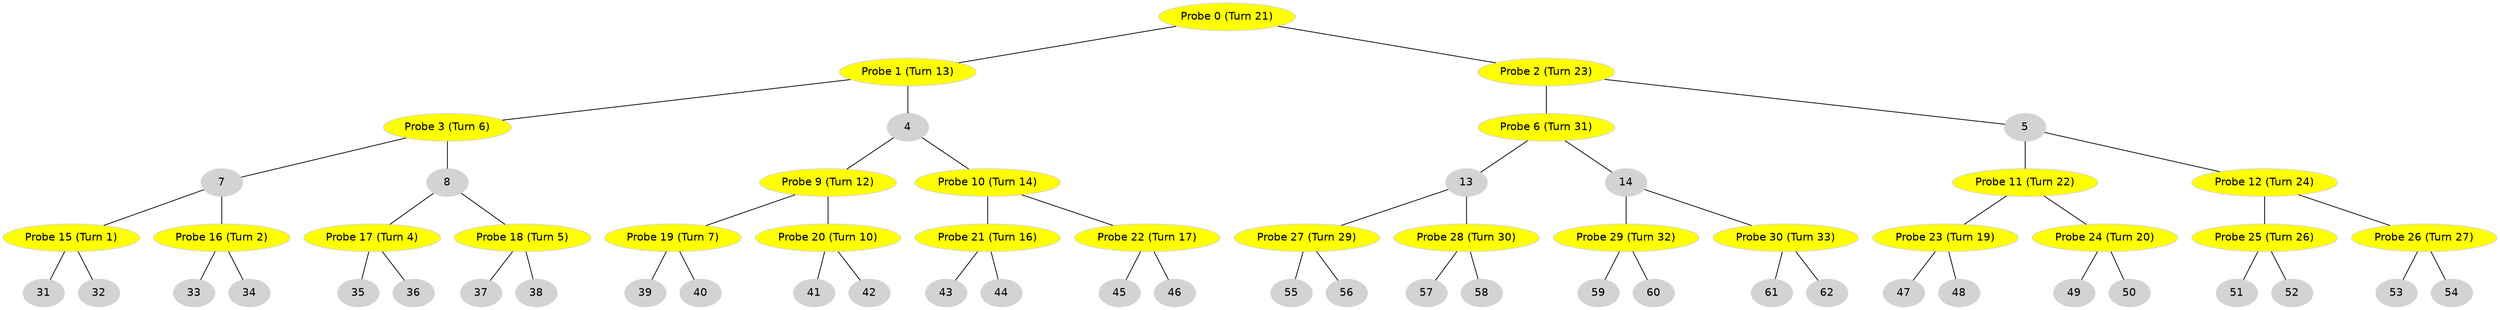
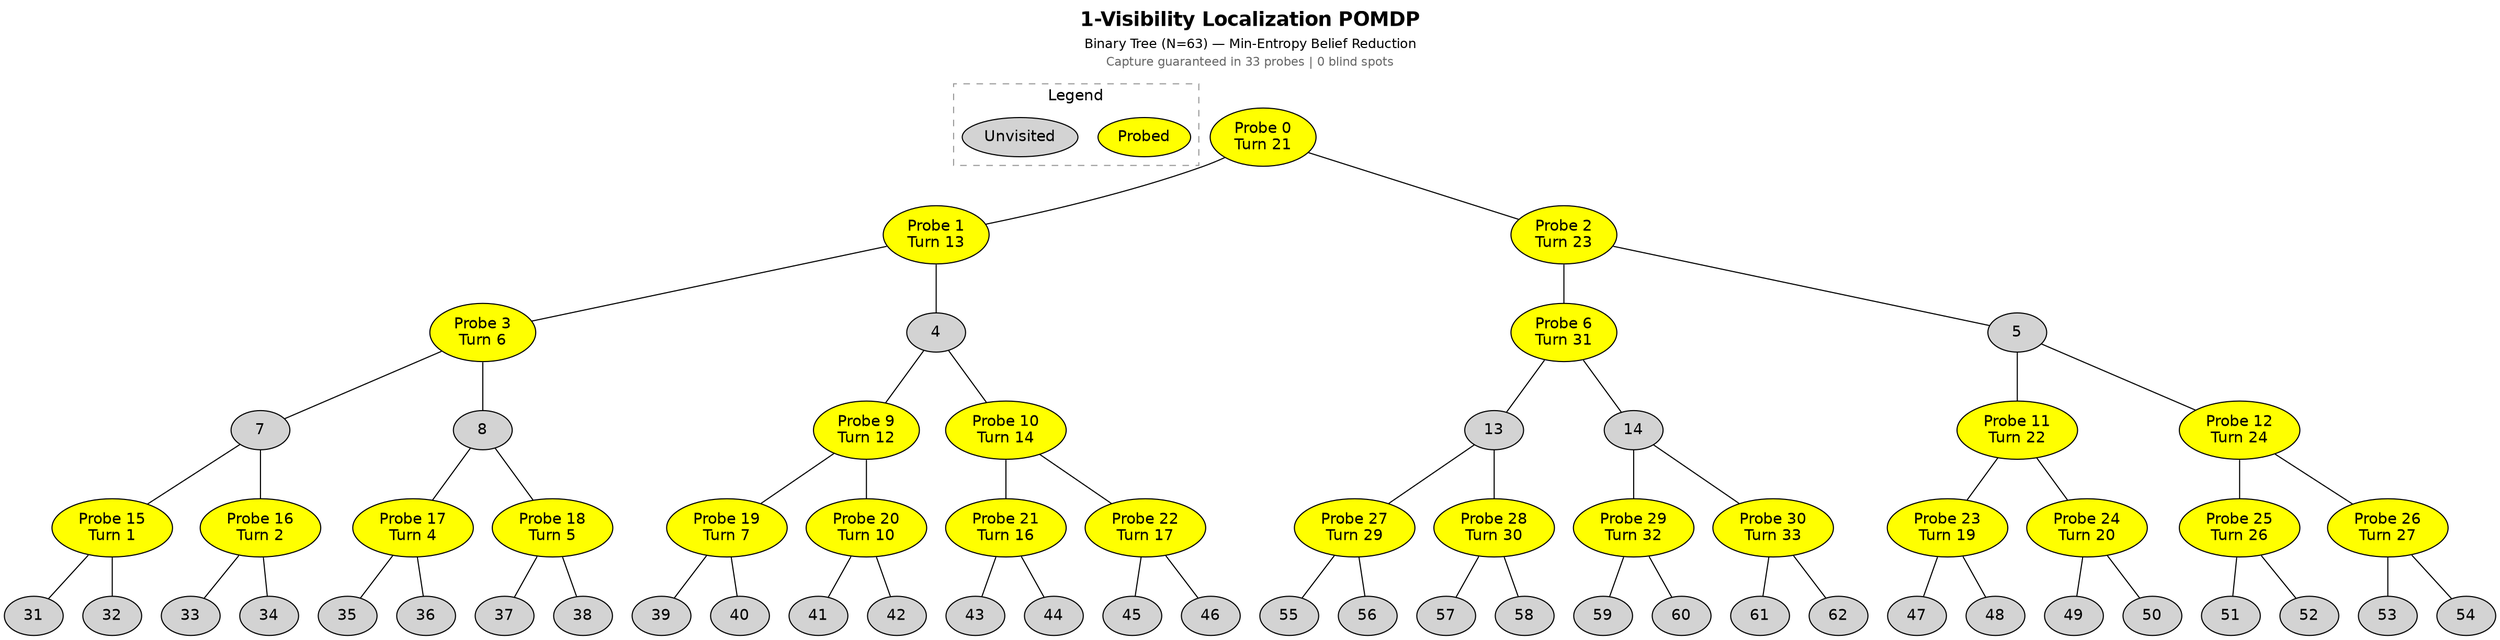
graph Surveillance {
-   node [fontname="Helvetica", style=filled, color=lightgrey];
-   15 [fillcolor=yellow, label="Probe 15 (Turn 1)"];
-   16 [fillcolor=yellow, label="Probe 16 (Turn 2)"];
-   3 [fillcolor=yellow, label="Probe 3 (Turn 3)"];
-   17 [fillcolor=yellow, label="Probe 17 (Turn 4)"];
-   18 [fillcolor=yellow, label="Probe 18 (Turn 5)"];
-   3 [fillcolor=yellow, label="Probe 3 (Turn 6)"];
-   19 [fillcolor=yellow, label="Probe 19 (Turn 7)"];
-   1 [fillcolor=yellow, label="Probe 1 (Turn 8)"];
-   9 [fillcolor=yellow, label="Probe 9 (Turn 9)"];
-   20 [fillcolor=yellow, label="Probe 20 (Turn 10)"];
-   1 [fillcolor=yellow, label="Probe 1 (Turn 11)"];
-   9 [fillcolor=yellow, label="Probe 9 (Turn 12)"];
-   1 [fillcolor=yellow, label="Probe 1 (Turn 13)"];
-   10 [fillcolor=yellow, label="Probe 10 (Turn 14)"];
-   0 [fillcolor=yellow, label="Probe 0 (Turn 15)"];
-   21 [fillcolor=yellow, label="Probe 21 (Turn 16)"];
-   22 [fillcolor=yellow, label="Probe 22 (Turn 17)"];
-   0 [fillcolor=yellow, label="Probe 0 (Turn 18)"];
-   23 [fillcolor=yellow, label="Probe 23 (Turn 19)"];
-   24 [fillcolor=yellow, label="Probe 24 (Turn 20)"];
-   0 [fillcolor=yellow, label="Probe 0 (Turn 21)"];
-   11 [fillcolor=yellow, label="Probe 11 (Turn 22)"];
-   2 [fillcolor=yellow, label="Probe 2 (Turn 23)"];
-   12 [fillcolor=yellow, label="Probe 12 (Turn 24)"];
-   6 [fillcolor=yellow, label="Probe 6 (Turn 25)"];
-   25 [fillcolor=yellow, label="Probe 25 (Turn 26)"];
-   26 [fillcolor=yellow, label="Probe 26 (Turn 27)"];
-   6 [fillcolor=yellow, label="Probe 6 (Turn 28)"];
-   27 [fillcolor=yellow, label="Probe 27 (Turn 29)"];
-   28 [fillcolor=yellow, label="Probe 28 (Turn 30)"];
-   6 [fillcolor=yellow, label="Probe 6 (Turn 31)"];
-   29 [fillcolor=yellow, label="Probe 29 (Turn 32)"];
-   30 [fillcolor=yellow, label="Probe 30 (Turn 33)"];
+   graph [
+     label=<
+       <TABLE BORDER="0" CELLSPACING="0">
+         <TR><TD><B><FONT POINT-SIZE="18">1-Visibility Localization POMDP</FONT></B></TD></TR>
+         <TR><TD><FONT POINT-SIZE="12">Binary Tree (N=63) — Min-Entropy Belief Reduction</FONT></TD></TR>
+         <TR><TD><FONT POINT-SIZE="11" COLOR="gray40">Capture guaranteed in 33 probes | 0 blind spots</FONT></TD></TR>
+       </TABLE>
+     >
+     labelloc=t
+     fontname="Helvetica"
+   ];
+   node [fontname="Helvetica", style=filled, fillcolor=lightgrey];
+ 
+   subgraph cluster_legend {
+     label="Legend";
+     fontname="Helvetica";
+     style=dashed; color=gray60;
+     leg_probe [fillcolor=yellow, label="Probed"];
+     leg_unvis [fillcolor=lightgrey, label="Unvisited"];
+   }
+ 
+   15 [fillcolor=yellow, label="Probe 15\nTurn 1"];
+   16 [fillcolor=yellow, label="Probe 16\nTurn 2"];
+   3 [fillcolor=yellow, label="Probe 3\nTurn 3"];
+   17 [fillcolor=yellow, label="Probe 17\nTurn 4"];
+   18 [fillcolor=yellow, label="Probe 18\nTurn 5"];
+   3 [fillcolor=yellow, label="Probe 3\nTurn 6"];
+   19 [fillcolor=yellow, label="Probe 19\nTurn 7"];
+   1 [fillcolor=yellow, label="Probe 1\nTurn 8"];
+   9 [fillcolor=yellow, label="Probe 9\nTurn 9"];
+   20 [fillcolor=yellow, label="Probe 20\nTurn 10"];
+   1 [fillcolor=yellow, label="Probe 1\nTurn 11"];
+   9 [fillcolor=yellow, label="Probe 9\nTurn 12"];
+   1 [fillcolor=yellow, label="Probe 1\nTurn 13"];
+   10 [fillcolor=yellow, label="Probe 10\nTurn 14"];
+   0 [fillcolor=yellow, label="Probe 0\nTurn 15"];
+   21 [fillcolor=yellow, label="Probe 21\nTurn 16"];
+   22 [fillcolor=yellow, label="Probe 22\nTurn 17"];
+   0 [fillcolor=yellow, label="Probe 0\nTurn 18"];
+   23 [fillcolor=yellow, label="Probe 23\nTurn 19"];
+   24 [fillcolor=yellow, label="Probe 24\nTurn 20"];
+   0 [fillcolor=yellow, label="Probe 0\nTurn 21"];
+   11 [fillcolor=yellow, label="Probe 11\nTurn 22"];
+   2 [fillcolor=yellow, label="Probe 2\nTurn 23"];
+   12 [fillcolor=yellow, label="Probe 12\nTurn 24"];
+   6 [fillcolor=yellow, label="Probe 6\nTurn 25"];
+   25 [fillcolor=yellow, label="Probe 25\nTurn 26"];
+   26 [fillcolor=yellow, label="Probe 26\nTurn 27"];
+   6 [fillcolor=yellow, label="Probe 6\nTurn 28"];
+   27 [fillcolor=yellow, label="Probe 27\nTurn 29"];
+   28 [fillcolor=yellow, label="Probe 28\nTurn 30"];
+   6 [fillcolor=yellow, label="Probe 6\nTurn 31"];
+   29 [fillcolor=yellow, label="Probe 29\nTurn 32"];
+   30 [fillcolor=yellow, label="Probe 30\nTurn 33"];
  0 -- 1;
  0 -- 2;
  1 -- 3;
  1 -- 4;
  2 -- 5;
  2 -- 6;
  3 -- 7;
  3 -- 8;
  4 -- 9;
  4 -- 10;
  5 -- 11;
  5 -- 12;
  6 -- 13;
  6 -- 14;
  7 -- 15;
  7 -- 16;
  8 -- 17;
  8 -- 18;
  9 -- 19;
  9 -- 20;
  10 -- 21;
  10 -- 22;
  11 -- 23;
  11 -- 24;
  12 -- 25;
  12 -- 26;
  13 -- 27;
  13 -- 28;
  14 -- 29;
  14 -- 30;
  15 -- 31;
  15 -- 32;
  16 -- 33;
  16 -- 34;
  17 -- 35;
  17 -- 36;
  18 -- 37;
  18 -- 38;
  19 -- 39;
  19 -- 40;
  20 -- 41;
  20 -- 42;
  21 -- 43;
  21 -- 44;
  22 -- 45;
  22 -- 46;
  23 -- 47;
  23 -- 48;
  24 -- 49;
  24 -- 50;
  25 -- 51;
  25 -- 52;
  26 -- 53;
  26 -- 54;
  27 -- 55;
  27 -- 56;
  28 -- 57;
  28 -- 58;
  29 -- 59;
  29 -- 60;
  30 -- 61;
  30 -- 62;
}
